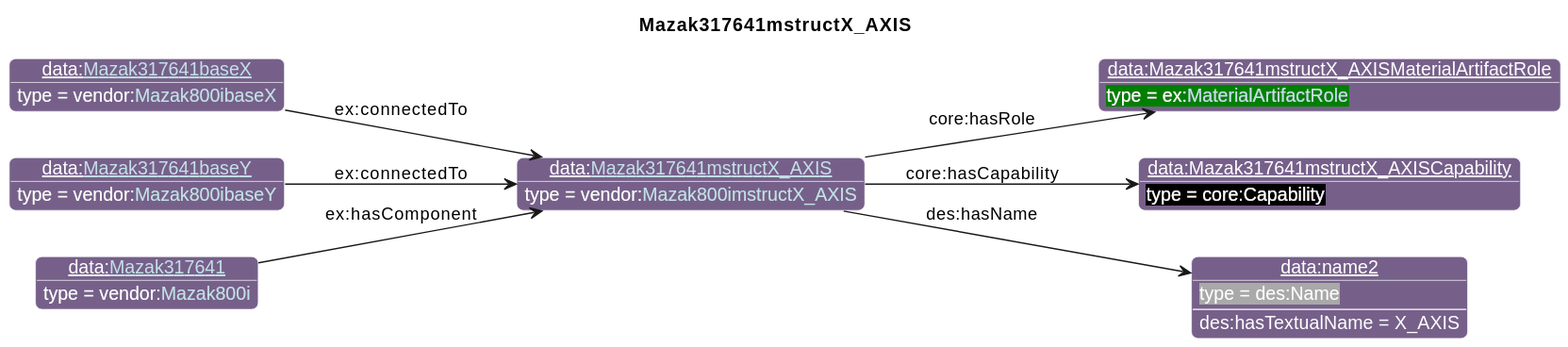
Above: diagrams/Mazak317641mstructX_AXIS.svg in iofoundry/example-syseng-mtconnect (PlantUML), before the change.
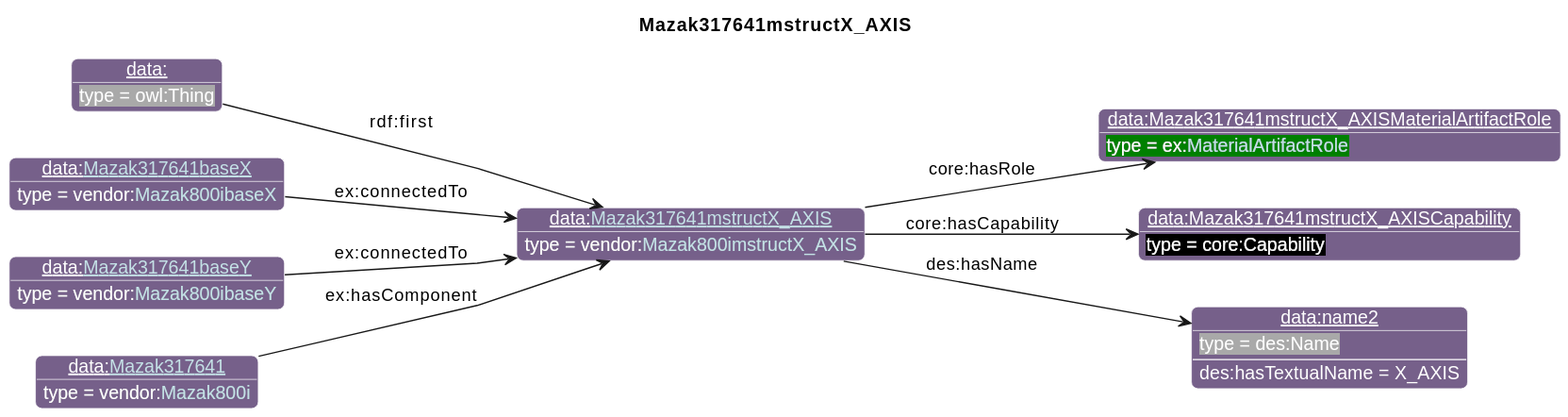
The same diagram one commit later.

What changed in the source:
```diff
@@ -29,14 +29,16 @@
 individual(o1, data:Mazak317641mstructX_AXISMaterialArtifactRole, ex:[[../Example.html#MaterialArtifactRole MaterialArtifactRole]])
 individual(o2, data:Mazak317641mstructX_AXISCapability, core:Capability)
 individual(o3, data:name2, des:Name)
-individual(o4, data:[[./Mazak317641baseX.html Mazak317641baseX]], vendor:[[../Mazak.html#Mazak800ibaseX Mazak800ibaseX]])
-individual(o5, data:[[./Mazak317641baseY.html Mazak317641baseY]], vendor:[[../Mazak.html#Mazak800ibaseY Mazak800ibaseY]])
-individual(o6, data:[[./Mazak317641.html Mazak317641]], vendor:[[../Mazak.html#Mazak800i Mazak800i]])
+individual(o4, data:, owl:Thing)
+individual(o5, data:[[./Mazak317641baseX.html Mazak317641baseX]], vendor:[[../Mazak.html#Mazak800ibaseX Mazak800ibaseX]])
+individual(o6, data:[[./Mazak317641baseY.html Mazak317641baseY]], vendor:[[../Mazak.html#Mazak800ibaseY Mazak800ibaseY]])
+individual(o7, data:[[./Mazak317641.html Mazak317641]], vendor:[[../Mazak.html#Mazak800i Mazak800i]])
 property(o0, "core:hasRole", o1)
 property(o0, "core:hasCapability", o2)
 property(o0, "des:hasName", o3)
 data(o3, "des:hasTextualName", "X_AXIS")
-property(o4, "ex:connectedTo", o0)
+property(o4, "rdf:first", o0)
 property(o5, "ex:connectedTo", o0)
-property(o6, "ex:hasComponent", o0)
+property(o6, "ex:connectedTo", o0)
+property(o7, "ex:hasComponent", o0)
 @enduml
```
